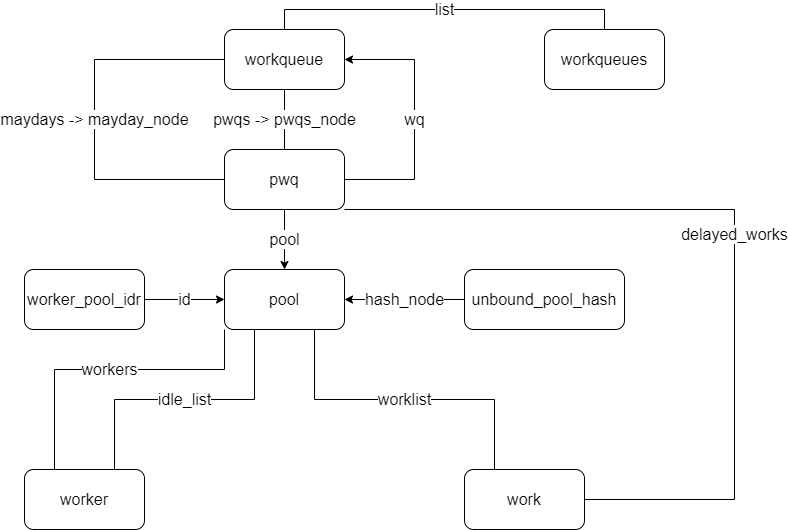
craftsfish/design keeps this draw.io diagram as workqueue.png. Above is the earlier version. Source tidied: cells renumbered, new cells last; positions are measured from the earlier drawing's top-left corner, leaving out a move shared by most shapes.
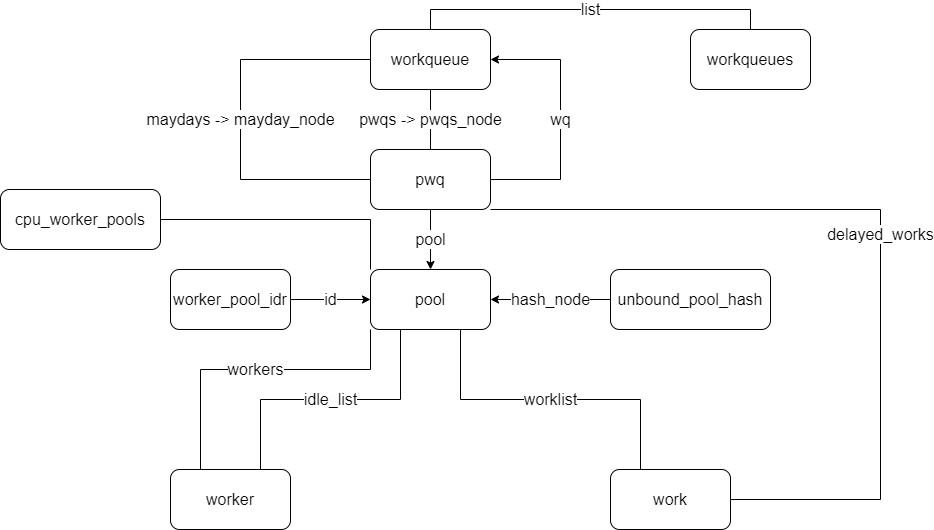
After the change.

Change to the diagram source:
```diff
@@ -79,5 +79,11 @@
     <mxCell id="20" value="workqueues" style="rounded=1;whiteSpace=wrap;html=1;fontSize=16;" parent="1" vertex="1">
       <mxGeometry x="520" width="120" height="60" as="geometry" />
     </mxCell>
+    <mxCell id="21" style="edgeStyle=orthogonalEdgeStyle;rounded=0;jettySize=auto;html=1;exitX=1;exitY=0.5;exitDx=0;exitDy=0;entryX=0;entryY=0;entryDx=0;entryDy=0;startArrow=none;startFill=0;endArrow=none;endFill=0;fontSize=16;" parent="1" edge="1" source="22" target="12">
+      <mxGeometry relative="1" as="geometry" />
+    </mxCell>
+    <mxCell id="22" value="cpu_worker_pools" style="rounded=1;whiteSpace=wrap;html=1;fontSize=16;" parent="1" vertex="1">
+      <mxGeometry x="-170" y="160" width="160" height="60" as="geometry" />
+    </mxCell>
   </root>
 </mxGraphModel>
```
